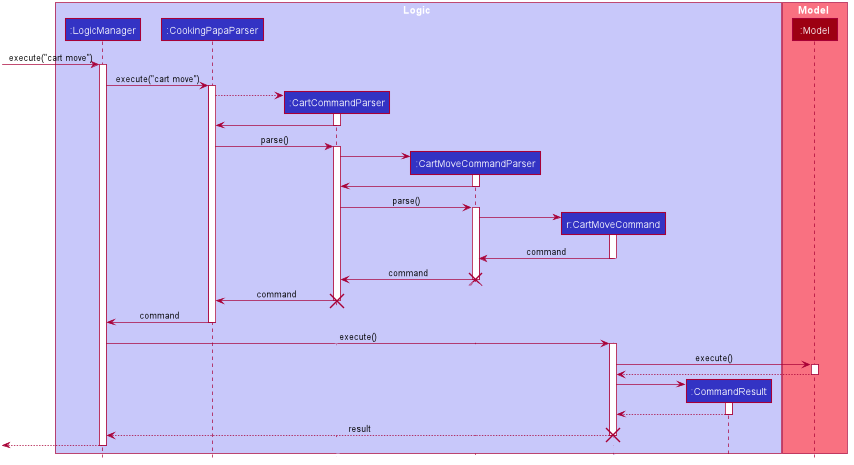
Earlier version of the PlantUML export docs/images/CartMoveSequenceDiagram.png (tzihiang/main). Its source is kept beside it as docs/diagrams/CartMoveSequenceDiagram.puml.
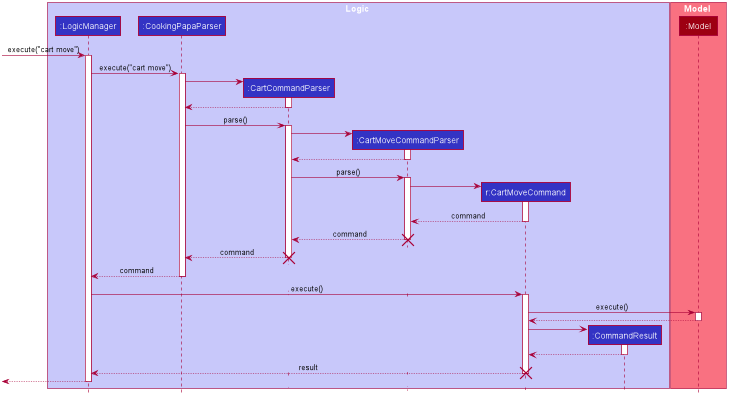
After the commit.

Commit message:
Updated Sequence Diagrams

The edit, as a diff of the source:
```diff
@@ -22,10 +22,10 @@
 activate CookingPapaParser
 
 create CartCommandParser
-CookingPapaParser --> CartCommandParser
+CookingPapaParser -> CartCommandParser
 activate CartCommandParser
 
-CartCommandParser -> CookingPapaParser
+CartCommandParser --> CookingPapaParser
 deactivate CartCommandParser
 
 CookingPapaParser -> CartCommandParser : parse()
@@ -35,7 +35,7 @@
 CartCommandParser -> CartMoveCommandParser
 activate CartMoveCommandParser
 
-CartMoveCommandParser -> CartCommandParser
+CartMoveCommandParser --> CartCommandParser
 deactivate CartMoveCommandParser
 
 CartCommandParser -> CartMoveCommandParser : parse()
@@ -45,16 +45,16 @@
 CartMoveCommandParser -> CartMoveCommand
 activate CartMoveCommand
 
-CartMoveCommand -> CartMoveCommandParser : command
+CartMoveCommand --> CartMoveCommandParser : command
 deactivate CartMoveCommand
 
-CartMoveCommandParser -> CartCommandParser : command
+CartMoveCommandParser --> CartCommandParser : command
 destroy CartMoveCommandParser
 
-CartCommandParser -> CookingPapaParser : command
+CartCommandParser --> CookingPapaParser : command
 destroy CartCommandParser
 
-CookingPapaParser -> LogicManager : command
+CookingPapaParser --> LogicManager : command
 deactivate CookingPapaParser
 
 LogicManager -> CartMoveCommand : execute()
```
